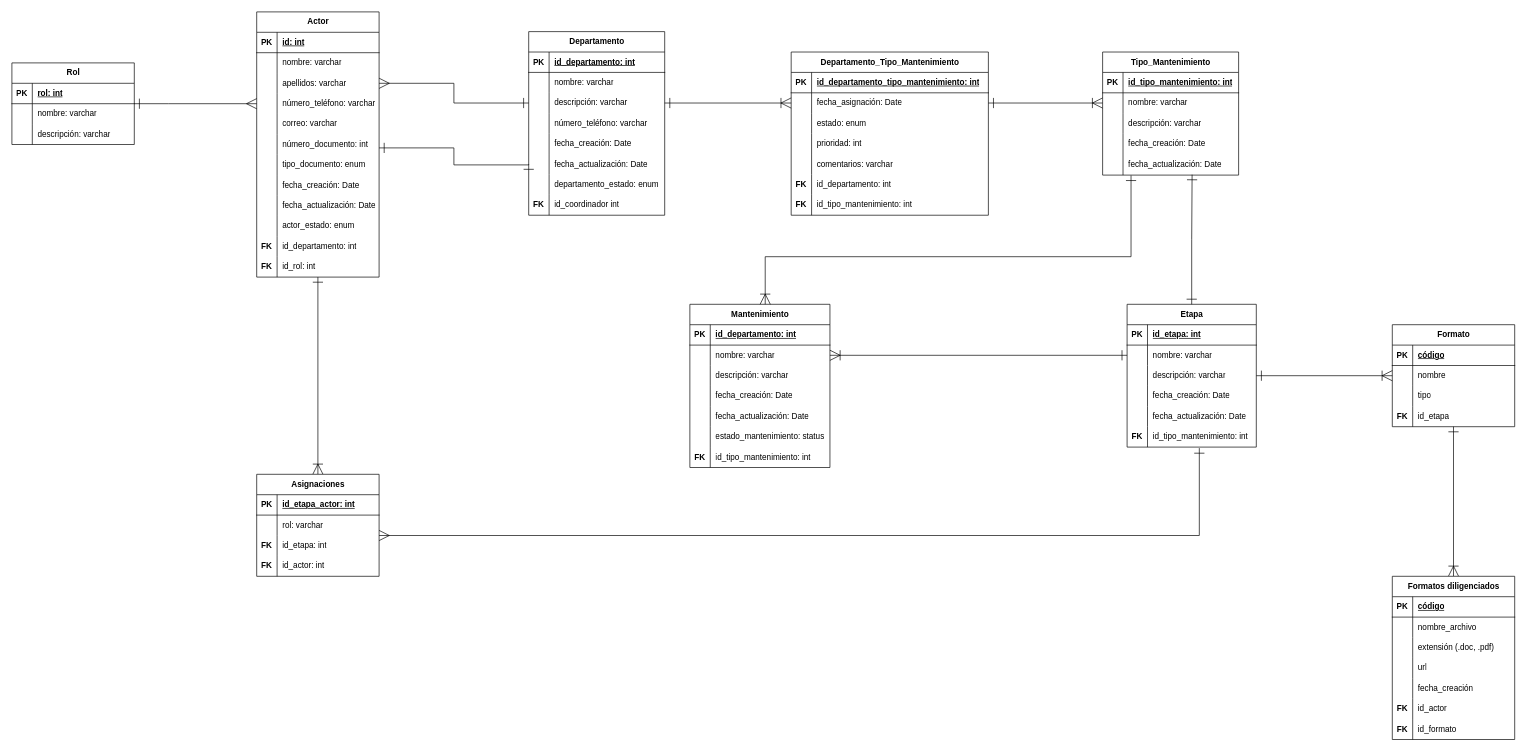
Earlier version of the draw.io diagram Relational model.drawio (DevKike/maintenance_management_system). Source tidied: cells renumbered, new cells numbered last; positions are measured from the earlier drawing's top-left corner, leaving out a move shared by most shapes. Both pictures are drawn from the tidied source at 68%, with x=0, y=0 at pixel (12, 12).
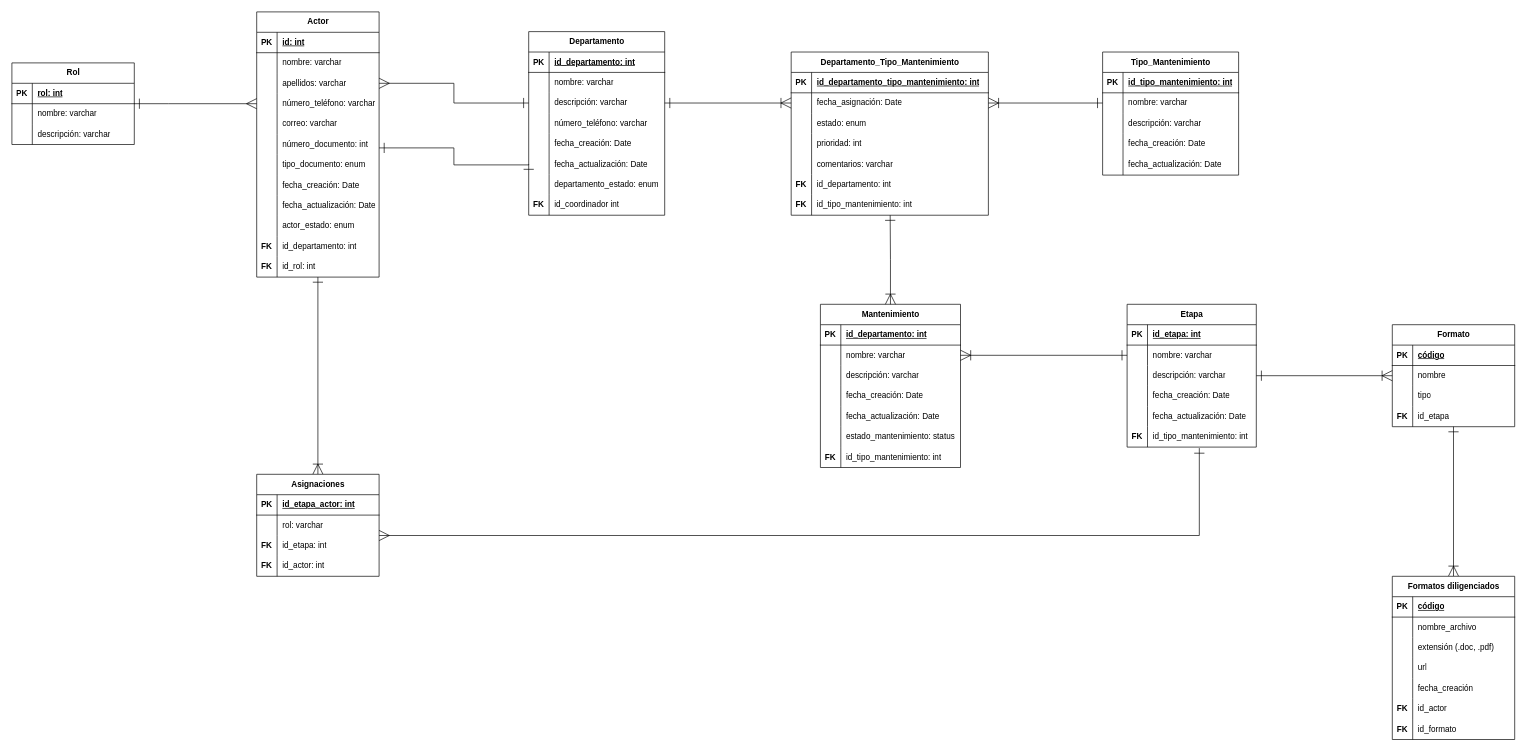
The same page after the edit.

The change refers to these unchanged cells:
```xml
<mxCell id="7" style="shape=tableRow;horizontal=0;startSize=0;swimlaneHead=0;swimlaneBody=0;fillColor=none;points=[[0,0.5],[1,0.5]];portConstraint=eastwest;top=0;left=0;right=0;bottom=0;" parent="3" vertex="1">
  <mxGeometry y="60" width="200" height="30" as="geometry" />
</mxCell>
<mxCell id="16" style="shape=tableRow;horizontal=0;startSize=0;swimlaneHead=0;swimlaneBody=0;fillColor=none;points=[[0,0.5],[1,0.5]];portConstraint=eastwest;top=0;left=0;right=0;bottom=0;" parent="3" vertex="1">
  <mxGeometry y="150" width="200" height="31" as="geometry" />
</mxCell>
<mxCell id="41" value="Etapa" style="shape=table;startSize=30;childLayout=tableLayout;rowLines=0;fontStyle=1;align=center;html=1;" parent="1" vertex="1">
  <mxGeometry x="1640" y="430" width="190" height="210" as="geometry" />
</mxCell>
<mxCell id="195" style="shape=tableRow;horizontal=0;startSize=0;swimlaneHead=0;swimlaneBody=0;fillColor=none;points=[[0,0.5],[1,0.5]];portConstraint=eastwest;top=0;left=0;right=0;bottom=0;" parent="191" vertex="1">
  <mxGeometry y="60" width="290" height="30" as="geometry" />
</mxCell>
<mxCell id="210" style="shape=tableRow;horizontal=0;startSize=0;swimlaneHead=0;swimlaneBody=0;fillColor=none;points=[[0,0.5],[1,0.5]];portConstraint=eastwest;top=0;left=0;right=0;bottom=0;" parent="191" vertex="1">
  <mxGeometry y="210" width="290" height="30" as="geometry" />
</mxCell>
```

The edit, as a diff of the source:
```diff
@@
     <mxCell id="19" value="Mantenimiento" style="shape=table;startSize=30;childLayout=tableLayout;rowLines=0;fontStyle=1;align=center;html=1;" parent="1" vertex="1">
-      <mxGeometry x="997" y="430" width="206" height="240" as="geometry" />
+      <mxGeometry x="1189" y="430" width="206" height="240" as="geometry" />
     </mxCell>
@@
-    <mxCell id="152" style="shape=connector;rounded=0;jettySize=auto;html=1;strokeColor=default;align=center;verticalAlign=middle;fontFamily=Helvetica;fontSize=11;fontColor=default;labelBackgroundColor=default;startArrow=ERoneToMany;startFill=0;startSize=13;endArrow=ERone;endFill=0;endSize=13;exitX=0.538;exitY=0;exitDx=0;exitDy=0;exitPerimeter=0;entryX=0.209;entryY=1.016;entryDx=0;entryDy=0;edgeStyle=orthogonalEdgeStyle;entryPerimeter=0;" parent="1" edge="1" source="19" target="16">
-      <mxGeometry relative="1" as="geometry">
-        <Array as="points">
-          <mxPoint x="1108" y="360" />
-          <mxPoint x="1646" y="360" />
-        </Array>
-      </mxGeometry>
+    <mxCell id="152" style="shape=connector;rounded=0;jettySize=auto;html=1;strokeColor=default;align=center;verticalAlign=middle;fontFamily=Helvetica;fontSize=11;fontColor=default;labelBackgroundColor=default;startArrow=ERoneToMany;startFill=0;startSize=13;endArrow=ERone;endFill=0;endSize=13;exitX=0.5;exitY=0;exitDx=0;exitDy=0;edgeStyle=orthogonalEdgeStyle;entryX=0.502;entryY=1.001;entryDx=0;entryDy=0;entryPerimeter=0;" parent="1" edge="1" source="19" target="210">
+      <mxGeometry relative="1" as="geometry" />
     </mxCell>
@@
-    <mxCell id="155" style="shape=connector;rounded=0;jettySize=auto;html=1;strokeColor=default;align=center;verticalAlign=middle;fontFamily=Helvetica;fontSize=11;fontColor=default;labelBackgroundColor=default;startArrow=ERone;startFill=0;startSize=13;endArrow=ERone;endFill=0;endSize=13;entryX=0.658;entryY=0.98;entryDx=0;entryDy=0;entryPerimeter=0;exitX=0.5;exitY=0;exitDx=0;exitDy=0;edgeStyle=orthogonalEdgeStyle;" parent="1" edge="1" source="41" target="16">
-      <mxGeometry relative="1" as="geometry" />
-    </mxCell>
@@
-    <mxCell id="190" style="shape=connector;rounded=0;jettySize=auto;html=1;entryX=0;entryY=0.5;entryDx=0;entryDy=0;strokeColor=default;strokeWidth=1;align=center;verticalAlign=middle;fontFamily=Helvetica;fontSize=11;fontColor=default;labelBackgroundColor=default;startArrow=ERone;startFill=0;startSize=13;endArrow=ERoneToMany;endFill=0;endSize=13;edgeStyle=orthogonalEdgeStyle;exitX=1;exitY=0.5;exitDx=0;exitDy=0;" parent="1" edge="1" source="195" target="7">
+    <mxCell id="190" style="shape=connector;rounded=0;jettySize=auto;html=1;entryX=0;entryY=0.5;entryDx=0;entryDy=0;strokeColor=default;strokeWidth=1;align=center;verticalAlign=middle;fontFamily=Helvetica;fontSize=11;fontColor=default;labelBackgroundColor=default;startArrow=ERoneToMany;startFill=0;startSize=13;endArrow=ERone;endFill=0;endSize=13;edgeStyle=orthogonalEdgeStyle;exitX=1;exitY=0.5;exitDx=0;exitDy=0;" parent="1" edge="1" source="195" target="7">
       <mxGeometry relative="1" as="geometry" />
     </mxCell>
```
